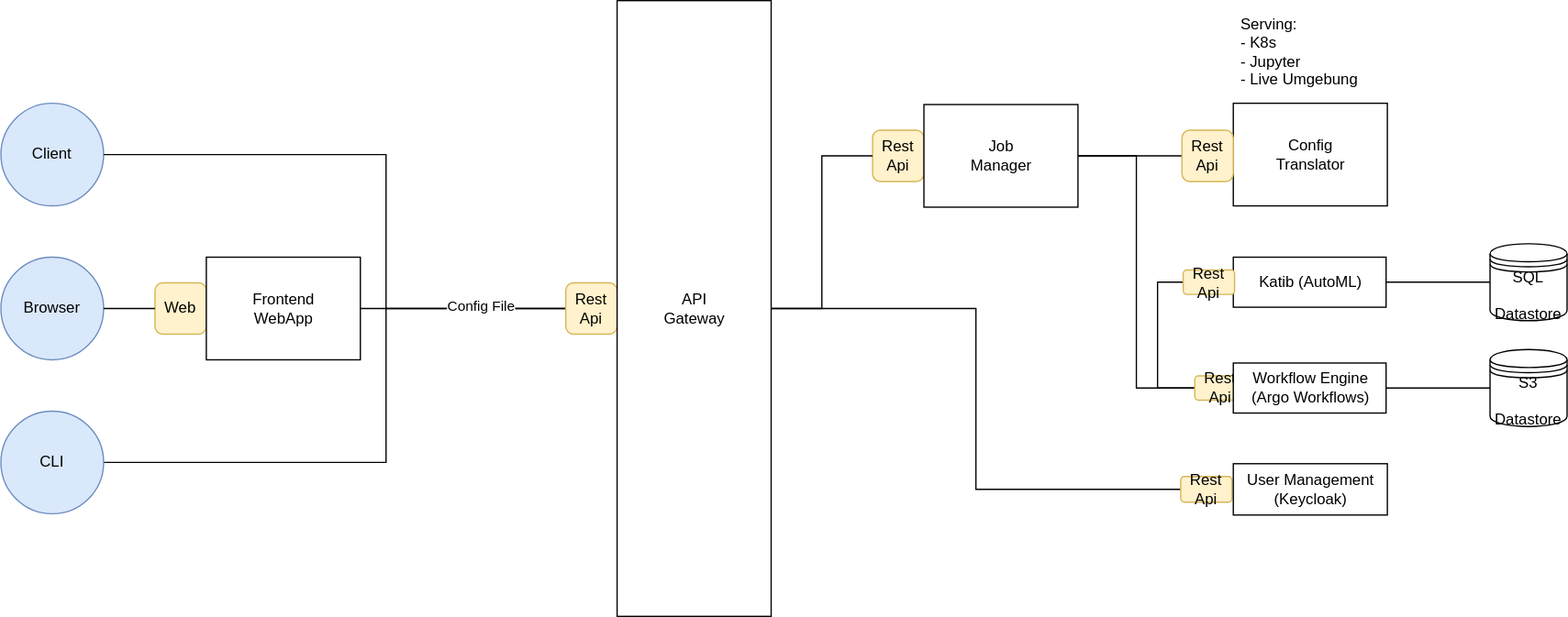
WOGRA-AG/os4ml-docs keeps this draw.io diagram as assets/Os4ML-Services.svg. Above is the earlier version. Source tidied: cells renumbered, new cells last; positions are measured from the earlier drawing's top-left corner, leaving out a move shared by most shapes.
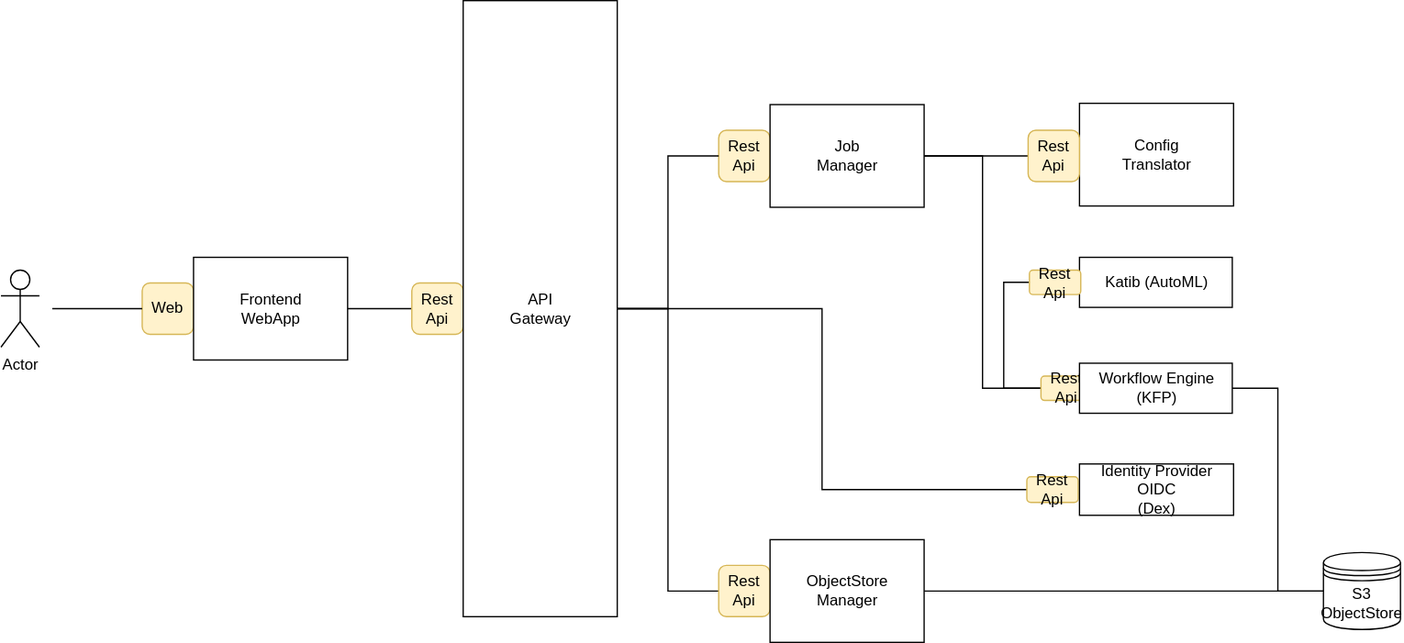
After the change.

What changed in the source:
```diff
@@ -2,110 +2,91 @@
   <root>
     <mxCell id="0" />
     <mxCell id="1" parent="0" />
-    <mxCell id="2" value="&lt;div&gt;Client&lt;/div&gt;" style="ellipse;whiteSpace=wrap;html=1;fillColor=#dae8fc;strokeColor=#6c8ebf;" parent="1" vertex="1">
-      <mxGeometry y="80" width="80" height="80" as="geometry" />
-    </mxCell>
-    <mxCell id="3" value="Browser" style="ellipse;whiteSpace=wrap;html=1;fillColor=#dae8fc;strokeColor=#6c8ebf;" parent="1" vertex="1">
-      <mxGeometry y="200" width="80" height="80" as="geometry" />
-    </mxCell>
     <mxCell id="4" value="Web" style="rounded=1;whiteSpace=wrap;html=1;fillColor=#fff2cc;strokeColor=#d6b656;" parent="1" vertex="1">
-      <mxGeometry x="120" y="220" width="40" height="40" as="geometry" />
+      <mxGeometry x="230" y="220" width="40" height="40" as="geometry" />
     </mxCell>
-    <mxCell id="5" style="endArrow=none;html=1;exitX=1;exitY=0.5;exitDx=0;exitDy=0;entryX=0;entryY=0.5;entryDx=0;entryDy=0;" parent="1" edge="1" source="3" target="4">
-      <mxGeometry relative="1" as="geometry" />
-    </mxCell>
-    <mxCell id="6" style="edgeStyle=orthogonalEdgeStyle;rounded=0;jettySize=auto;html=1;exitX=1;exitY=0.5;exitDx=0;exitDy=0;entryX=0;entryY=0.5;entryDx=0;entryDy=0;endArrow=none;endFill=0;" parent="1" edge="1" source="7" target="14">
-      <mxGeometry relative="1" as="geometry" />
-    </mxCell>
+    <mxCell id="34" style="endArrow=none;html=1;exitX=1;exitY=0.5;exitDx=0;exitDy=0;entryX=0;entryY=0.5;entryDx=0;entryDy=0;" parent="1" edge="1" target="4">
+      <mxGeometry relative="1" as="geometry">
+        <mxPoint x="160" y="240" as="sourcePoint" />
+      </mxGeometry>
+    </mxCell>
+    <mxCell id="35" style="edgeStyle=orthogonalEdgeStyle;rounded=0;jettySize=auto;html=1;exitX=1;exitY=0.5;exitDx=0;exitDy=0;entryX=0;entryY=0.5;entryDx=0;entryDy=0;endArrow=none;endFill=0;" parent="1" edge="1" source="7" target="39">
+      <mxGeometry relative="1" as="geometry" />
+    </mxCell>
     <mxCell id="7" value="&lt;div&gt;Frontend&lt;/div&gt;&lt;div&gt;WebApp&lt;br&gt;&lt;/div&gt;" style="html=1;" parent="1" vertex="1">
-      <mxGeometry x="160" y="200" width="120" height="80" as="geometry" />
+      <mxGeometry x="270" y="200" width="120" height="80" as="geometry" />
     </mxCell>
-    <mxCell id="8" value="&lt;div&gt;Rest&lt;/div&gt;&lt;div&gt;Api&lt;br&gt;&lt;/div&gt;" style="rounded=1;whiteSpace=wrap;html=1;fillColor=#fff2cc;strokeColor=#d6b656;" parent="1" vertex="1">
-      <mxGeometry x="679" y="101" width="40" height="40" as="geometry" />
-    </mxCell>
-    <mxCell id="9" style="edgeStyle=orthogonalEdgeStyle;rounded=0;jettySize=auto;html=1;entryX=0;entryY=0.5;entryDx=0;entryDy=0;endArrow=none;endFill=0;" parent="1" edge="1" source="11" target="23">
-      <mxGeometry relative="1" as="geometry" />
-    </mxCell>
-    <mxCell id="10" style="edgeStyle=orthogonalEdgeStyle;rounded=0;jettySize=auto;html=1;entryX=0;entryY=0.5;entryDx=0;entryDy=0;endArrow=none;endFill=0;" parent="1" edge="1" source="11" target="20">
-      <mxGeometry relative="1" as="geometry" />
-    </mxCell>
+    <mxCell id="36" value="&lt;div&gt;Rest&lt;/div&gt;&lt;div&gt;Api&lt;br&gt;&lt;/div&gt;" style="rounded=1;whiteSpace=wrap;html=1;fillColor=#fff2cc;strokeColor=#d6b656;" parent="1" vertex="1">
+      <mxGeometry x="679" y="101" width="40" height="40" as="geometry" />
+    </mxCell>
+    <mxCell id="37" style="edgeStyle=orthogonalEdgeStyle;rounded=0;jettySize=auto;html=1;entryX=0;entryY=0.5;entryDx=0;entryDy=0;endArrow=none;endFill=0;" parent="1" edge="1" source="11" target="47">
+      <mxGeometry relative="1" as="geometry" />
+    </mxCell>
+    <mxCell id="38" style="edgeStyle=orthogonalEdgeStyle;rounded=0;jettySize=auto;html=1;entryX=0;entryY=0.5;entryDx=0;entryDy=0;endArrow=none;endFill=0;" parent="1" edge="1" source="11" target="44">
+      <mxGeometry relative="1" as="geometry" />
+    </mxCell>
     <mxCell id="11" value="&lt;div&gt;Job&lt;/div&gt;&lt;div&gt;Manager&lt;/div&gt;" style="html=1;" parent="1" vertex="1">
       <mxGeometry x="719" y="81" width="120" height="80" as="geometry" />
     </mxCell>
-    <mxCell id="12" style="edgeStyle=orthogonalEdgeStyle;rounded=0;jettySize=auto;html=1;exitX=0;exitY=0.5;exitDx=0;exitDy=0;entryX=1;entryY=0.5;entryDx=0;entryDy=0;endArrow=none;endFill=0;" parent="1" edge="1" source="14" target="2">
-      <mxGeometry relative="1" as="geometry">
-        <Array as="points">
-          <mxPoint x="300" y="240" />
-          <mxPoint x="300" y="120" />
-        </Array>
-      </mxGeometry>
-    </mxCell>
-    <mxCell id="13" value="Config File" style="edgeLabel;html=1;align=center;verticalAlign=middle;" parent="12" vertex="1">
-      <mxGeometry x="-0.55" y="-3" relative="1" as="geometry">
-        <mxPoint x="40" as="offset" />
-      </mxGeometry>
-    </mxCell>
-    <mxCell id="14" value="&lt;div&gt;Rest&lt;/div&gt;&lt;div&gt;Api&lt;br&gt;&lt;/div&gt;" style="rounded=1;whiteSpace=wrap;html=1;fillColor=#fff2cc;strokeColor=#d6b656;" parent="1" vertex="1">
-      <mxGeometry x="440" y="220" width="40" height="40" as="geometry" />
-    </mxCell>
-    <mxCell id="15" style="edgeStyle=orthogonalEdgeStyle;rounded=0;jettySize=auto;html=1;entryX=0;entryY=0.5;entryDx=0;entryDy=0;endArrow=none;endFill=0;" parent="1" edge="1" source="17" target="8">
-      <mxGeometry relative="1" as="geometry" />
-    </mxCell>
-    <mxCell id="16" style="edgeStyle=orthogonalEdgeStyle;rounded=0;jettySize=auto;html=1;entryX=0;entryY=0.5;entryDx=0;entryDy=0;endArrow=none;endFill=0;" parent="1" edge="1" source="17" target="24">
-      <mxGeometry relative="1" as="geometry" />
-    </mxCell>
+    <mxCell id="39" value="&lt;div&gt;Rest&lt;/div&gt;&lt;div&gt;Api&lt;br&gt;&lt;/div&gt;" style="rounded=1;whiteSpace=wrap;html=1;fillColor=#fff2cc;strokeColor=#d6b656;" parent="1" vertex="1">
+      <mxGeometry x="440" y="220" width="40" height="40" as="geometry" />
+    </mxCell>
+    <mxCell id="40" style="edgeStyle=orthogonalEdgeStyle;rounded=0;jettySize=auto;html=1;entryX=0;entryY=0.5;entryDx=0;entryDy=0;endArrow=none;endFill=0;" parent="1" edge="1" source="17" target="36">
+      <mxGeometry relative="1" as="geometry" />
+    </mxCell>
+    <mxCell id="41" style="edgeStyle=orthogonalEdgeStyle;rounded=0;jettySize=auto;html=1;entryX=0;entryY=0.5;entryDx=0;entryDy=0;endArrow=none;endFill=0;" parent="1" edge="1" source="17" target="48">
+      <mxGeometry relative="1" as="geometry" />
+    </mxCell>
+    <mxCell id="42" style="edgeStyle=orthogonalEdgeStyle;rounded=0;jettySize=auto;html=1;entryX=0;entryY=0.5;entryDx=0;entryDy=0;endArrow=none;endFill=0;" parent="1" edge="1" source="17" target="53">
+      <mxGeometry relative="1" as="geometry" />
+    </mxCell>
     <mxCell id="17" value="&lt;div&gt;API&lt;/div&gt;&lt;div&gt;Gateway&lt;br&gt;&lt;/div&gt;" style="html=1;" parent="1" vertex="1">
       <mxGeometry x="480" width="120" height="480" as="geometry" />
     </mxCell>
     <mxCell id="18" value="&lt;div&gt;Config&lt;br&gt;&lt;/div&gt;&lt;div&gt;Translator&lt;br&gt;&lt;/div&gt;" style="html=1;" parent="1" vertex="1">
       <mxGeometry x="960" y="80" width="120" height="80" as="geometry" />
     </mxCell>
-    <mxCell id="19" style="edgeStyle=orthogonalEdgeStyle;rounded=0;jettySize=auto;html=1;exitX=0;exitY=0.5;exitDx=0;exitDy=0;entryX=0;entryY=0.5;entryDx=0;entryDy=0;endArrow=none;endFill=0;" parent="1" edge="1" source="20" target="32">
-      <mxGeometry relative="1" as="geometry" />
-    </mxCell>
-    <mxCell id="20" value="&lt;div&gt;Rest&lt;/div&gt;&lt;div&gt;Api&lt;br&gt;&lt;/div&gt;" style="rounded=1;whiteSpace=wrap;html=1;fillColor=#fff2cc;strokeColor=#d6b656;" parent="1" vertex="1">
-      <mxGeometry x="930" y="292.5" width="40" height="19" as="geometry" />
-    </mxCell>
-    <mxCell id="21" style="edgeStyle=orthogonalEdgeStyle;rounded=0;jettySize=auto;html=1;entryX=0;entryY=0.5;entryDx=0;entryDy=0;endArrow=none;endFill=0;" parent="1" edge="1" source="22" target="29">
-      <mxGeometry relative="1" as="geometry" />
-    </mxCell>
-    <mxCell id="22" value="&lt;div&gt;Workflow Engine&lt;/div&gt;&lt;div&gt;(Argo Workflows)&lt;br&gt;&lt;/div&gt;" style="html=1;" parent="1" vertex="1">
-      <mxGeometry x="960" y="282.5" width="119" height="39" as="geometry" />
-    </mxCell>
-    <mxCell id="23" value="&lt;div&gt;Rest&lt;/div&gt;&lt;div&gt;Api&lt;br&gt;&lt;/div&gt;" style="rounded=1;whiteSpace=wrap;html=1;fillColor=#fff2cc;strokeColor=#d6b656;" parent="1" vertex="1">
-      <mxGeometry x="920" y="101" width="40" height="40" as="geometry" />
-    </mxCell>
-    <mxCell id="24" value="&lt;div&gt;Rest&lt;/div&gt;&lt;div&gt;Api&lt;br&gt;&lt;/div&gt;" style="rounded=1;whiteSpace=wrap;html=1;fillColor=#fff2cc;strokeColor=#d6b656;" parent="1" vertex="1">
-      <mxGeometry x="919" y="371" width="40" height="20" as="geometry" />
-    </mxCell>
-    <mxCell id="25" value="&lt;div&gt;User Management&lt;/div&gt;(Keycloak)" style="html=1;" parent="1" vertex="1">
-      <mxGeometry x="960" y="361" width="120" height="40" as="geometry" />
-    </mxCell>
-    <mxCell id="26" style="edgeStyle=orthogonalEdgeStyle;rounded=0;jettySize=auto;html=1;endArrow=none;endFill=0;" parent="1" edge="1" source="27">
-      <mxGeometry relative="1" as="geometry">
-        <mxPoint x="300" y="240" as="targetPoint" />
-      </mxGeometry>
-    </mxCell>
-    <mxCell id="27" value="CLI" style="ellipse;whiteSpace=wrap;html=1;fillColor=#dae8fc;strokeColor=#6c8ebf;" parent="1" vertex="1">
-      <mxGeometry y="320" width="80" height="80" as="geometry" />
-    </mxCell>
-    <mxCell id="28" value="&lt;div align=&quot;left&quot;&gt;Serving:&lt;/div&gt;- K8s&lt;br&gt;- Jupyter&lt;br&gt;- Live Umgebung" style="text;html=1;align=left;verticalAlign=middle;strokeColor=none;fillColor=none;rotation=0;" parent="1" vertex="1">
-      <mxGeometry x="964" y="10" width="110" height="60" as="geometry" />
-    </mxCell>
-    <mxCell id="29" value="&lt;div&gt;S3&lt;/div&gt;&lt;div&gt;&lt;br&gt;&lt;/div&gt;&lt;div&gt;Datastore&lt;br&gt;&lt;/div&gt;" style="shape=datastore;whiteSpace=wrap;html=1;" parent="1" vertex="1">
-      <mxGeometry x="1160" y="272" width="60" height="60" as="geometry" />
-    </mxCell>
-    <mxCell id="30" style="edgeStyle=orthogonalEdgeStyle;rounded=0;jettySize=auto;html=1;entryX=0;entryY=0.5;entryDx=0;entryDy=0;endArrow=none;endFill=0;" parent="1" edge="1" source="31" target="33">
-      <mxGeometry relative="1" as="geometry" />
-    </mxCell>
+    <mxCell id="43" style="edgeStyle=orthogonalEdgeStyle;rounded=0;jettySize=auto;html=1;exitX=0;exitY=0.5;exitDx=0;exitDy=0;entryX=0;entryY=0.5;entryDx=0;entryDy=0;endArrow=none;endFill=0;" parent="1" edge="1" source="44" target="51">
+      <mxGeometry relative="1" as="geometry" />
+    </mxCell>
+    <mxCell id="44" value="&lt;div&gt;Rest&lt;/div&gt;&lt;div&gt;Api&lt;br&gt;&lt;/div&gt;" style="rounded=1;whiteSpace=wrap;html=1;fillColor=#fff2cc;strokeColor=#d6b656;" parent="1" vertex="1">
+      <mxGeometry x="930" y="292.5" width="40" height="19" as="geometry" />
+    </mxCell>
+    <mxCell id="45" style="edgeStyle=orthogonalEdgeStyle;rounded=0;jettySize=auto;html=1;entryX=0;entryY=0.5;entryDx=0;entryDy=0;endArrow=none;endFill=0;" parent="1" edge="1" source="46" target="50">
+      <mxGeometry relative="1" as="geometry" />
+    </mxCell>
+    <mxCell id="46" value="&lt;div&gt;Workflow Engine&lt;/div&gt;&lt;div&gt;(KFP)&lt;br&gt;&lt;/div&gt;" style="html=1;" parent="1" vertex="1">
+      <mxGeometry x="960" y="282.5" width="119" height="39" as="geometry" />
+    </mxCell>
+    <mxCell id="47" value="&lt;div&gt;Rest&lt;/div&gt;&lt;div&gt;Api&lt;br&gt;&lt;/div&gt;" style="rounded=1;whiteSpace=wrap;html=1;fillColor=#fff2cc;strokeColor=#d6b656;" parent="1" vertex="1">
+      <mxGeometry x="920" y="101" width="40" height="40" as="geometry" />
+    </mxCell>
+    <mxCell id="48" value="&lt;div&gt;Rest&lt;/div&gt;&lt;div&gt;Api&lt;br&gt;&lt;/div&gt;" style="rounded=1;whiteSpace=wrap;html=1;fillColor=#fff2cc;strokeColor=#d6b656;" parent="1" vertex="1">
+      <mxGeometry x="919" y="371" width="40" height="20" as="geometry" />
+    </mxCell>
+    <mxCell id="49" value="&lt;div&gt;Identity Provider&lt;/div&gt;&lt;div&gt;OIDC&lt;br&gt;&lt;/div&gt;&lt;div&gt;(Dex)&lt;/div&gt;" style="html=1;" parent="1" vertex="1">
+      <mxGeometry x="960" y="361" width="120" height="40" as="geometry" />
+    </mxCell>
+    <mxCell id="50" value="&lt;div&gt;S3&lt;/div&gt;&lt;div&gt;ObjectStore&lt;br&gt;&lt;/div&gt;" style="shape=datastore;whiteSpace=wrap;html=1;" parent="1" vertex="1">
+      <mxGeometry x="1150" y="430" width="60" height="60" as="geometry" />
+    </mxCell>
     <mxCell id="31" value="Katib (AutoML)" style="html=1;" parent="1" vertex="1">
       <mxGeometry x="960" y="200" width="119" height="39" as="geometry" />
     </mxCell>
-    <mxCell id="32" value="&lt;div&gt;Rest&lt;/div&gt;&lt;div&gt;Api&lt;br&gt;&lt;/div&gt;" style="rounded=1;whiteSpace=wrap;html=1;fillColor=#fff2cc;strokeColor=#d6b656;" parent="1" vertex="1">
-      <mxGeometry x="921" y="210" width="40" height="19" as="geometry" />
-    </mxCell>
-    <mxCell id="33" value="&lt;div&gt;SQL&lt;/div&gt;&lt;div&gt;&lt;br&gt;&lt;/div&gt;&lt;div&gt;Datastore&lt;br&gt;&lt;/div&gt;" style="shape=datastore;whiteSpace=wrap;html=1;" parent="1" vertex="1">
-      <mxGeometry x="1160" y="189.5" width="60" height="60" as="geometry" />
-    </mxCell>
+    <mxCell id="51" value="&lt;div&gt;Rest&lt;/div&gt;&lt;div&gt;Api&lt;br&gt;&lt;/div&gt;" style="rounded=1;whiteSpace=wrap;html=1;fillColor=#fff2cc;strokeColor=#d6b656;" parent="1" vertex="1">
+      <mxGeometry x="921" y="210" width="40" height="19" as="geometry" />
+    </mxCell>
+    <mxCell id="52" value="Actor" style="shape=umlActor;verticalLabelPosition=bottom;verticalAlign=top;html=1;" parent="1" vertex="1">
+      <mxGeometry x="120" y="210" width="30" height="60" as="geometry" />
+    </mxCell>
+    <mxCell id="53" value="&lt;div&gt;Rest&lt;/div&gt;&lt;div&gt;Api&lt;br&gt;&lt;/div&gt;" style="rounded=1;whiteSpace=wrap;html=1;fillColor=#fff2cc;strokeColor=#d6b656;" parent="1" vertex="1">
+      <mxGeometry x="679" y="440" width="40" height="40" as="geometry" />
+    </mxCell>
+    <mxCell id="54" style="edgeStyle=orthogonalEdgeStyle;rounded=0;jettySize=auto;html=1;endArrow=none;endFill=0;" parent="1" edge="1" source="55" target="50">
+      <mxGeometry relative="1" as="geometry" />
+    </mxCell>
+    <mxCell id="55" value="&lt;div&gt;ObjectStore&lt;/div&gt;&lt;div&gt;Manager&lt;br&gt;&lt;/div&gt;" style="html=1;" parent="1" vertex="1">
+      <mxGeometry x="719" y="420" width="120" height="80" as="geometry" />
+    </mxCell>
   </root>
 </mxGraphModel>
```
